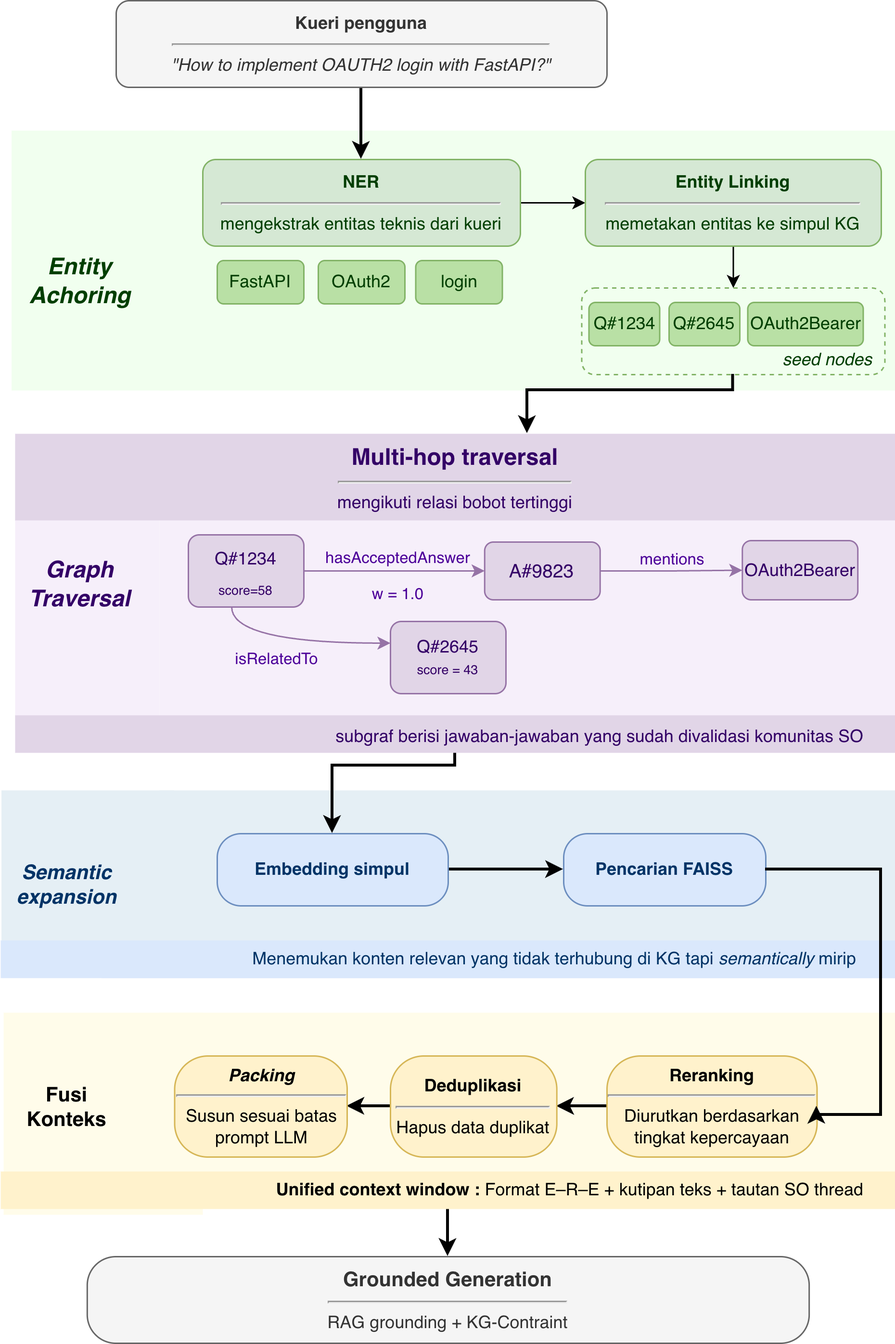
dartikaanie/Thesis_sord keeps this draw.io diagram as images/bab3_hybrid_retrieval.png. Above is the earlier version. Source tidied: cells renumbered, new cells last; positions are measured from the earlier drawing's top-left corner, leaving out a move shared by most shapes.
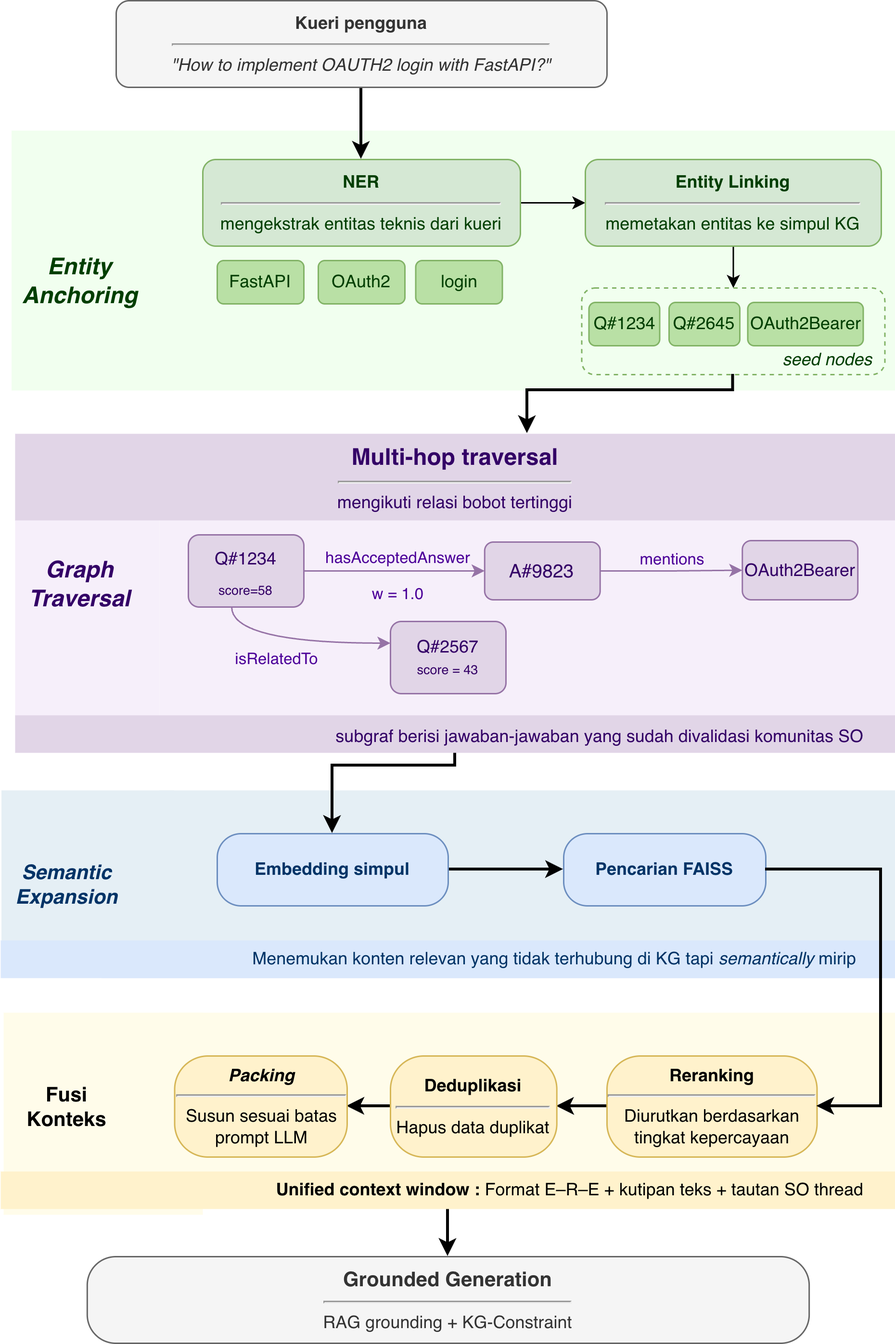
The same file after the commit.

Change to the diagram source:
```diff
@@ -122,7 +122,7 @@
     <mxCell id="35" value="A#9823" style="rounded=1;whiteSpace=wrap;html=1;fillColor=#e1d5e7;strokeColor=#9673a6;fontColor=#330066;autosizeText=1;fontSize=13;" parent="1" vertex="1">
       <mxGeometry x="335.2" y="375" width="80" height="40" as="geometry" />
     </mxCell>
-    <mxCell id="36" value="Q#2645&lt;div&gt;&lt;font style=&quot;font-size: 9px;&quot;&gt;score = 43&lt;/font&gt;&lt;/div&gt;" style="rounded=1;whiteSpace=wrap;html=1;fillColor=#e1d5e7;strokeColor=#9673a6;fontColor=#330066;autosizeText=1;fontSize=12;" parent="1" vertex="1">
+    <mxCell id="36" value="Q#2567&lt;div&gt;&lt;font style=&quot;font-size: 9px;&quot;&gt;score = 43&lt;/font&gt;&lt;/div&gt;" style="rounded=1;whiteSpace=wrap;html=1;fillColor=#e1d5e7;strokeColor=#9673a6;fontColor=#330066;autosizeText=1;fontSize=12;" parent="1" vertex="1">
       <mxGeometry x="270" y="430" width="80" height="50" as="geometry" />
     </mxCell>
     <mxCell id="37" style="edgeStyle=orthogonalEdgeStyle;rounded=0;jettySize=auto;html=1;strokeWidth=2;" parent="1" edge="1" source="38" target="43">
@@ -136,10 +136,10 @@
     <mxCell id="38" value="&lt;span&gt;&lt;font style=&quot;font-size: 12px;&quot;&gt;subgraf berisi jawaban-jawaban yang sudah divalidasi komunitas SO&lt;/font&gt;&lt;/span&gt;" style="rounded=1;whiteSpace=wrap;html=1;fillColor=#e1d5e7;strokeColor=none;arcSize=0;fontColor=#330066;fontFamily=Helvetica;autosizeText=1;fontSize=15;align=right;spacingRight=20;" parent="1" vertex="1">
       <mxGeometry x="10" y="495" width="610" height="26" as="geometry" />
     </mxCell>
-    <mxCell id="39" value="&lt;b&gt;Entity Achoring&lt;/b&gt;" style="text;html=1;whiteSpace=wrap;strokeColor=none;fillColor=none;align=center;verticalAlign=middle;rounded=0;fontSize=16;fontStyle=2;fontColor=#003E00;" parent="1" vertex="1">
+    <mxCell id="39" value="&lt;b&gt;Entity Anchoring&lt;/b&gt;" style="text;html=1;whiteSpace=wrap;strokeColor=none;fillColor=none;align=center;verticalAlign=middle;rounded=0;fontSize=16;fontStyle=2;fontColor=#003E00;" parent="1" vertex="1">
       <mxGeometry x="25" y="180" width="60" height="30" as="geometry" />
     </mxCell>
-    <mxCell id="40" value="&lt;b&gt;Semantic expansion&lt;/b&gt;" style="text;html=1;whiteSpace=wrap;strokeColor=none;fillColor=none;align=center;verticalAlign=middle;rounded=0;fontColor=#003366;fontSize=14;fontStyle=2;" parent="1" vertex="1">
+    <mxCell id="40" value="&lt;b&gt;Semantic Expansion&lt;/b&gt;" style="text;html=1;whiteSpace=wrap;strokeColor=none;fillColor=none;align=center;verticalAlign=middle;rounded=0;fontColor=#003366;fontSize=14;fontStyle=2;" parent="1" vertex="1">
       <mxGeometry x="16" y="597" width="60" height="30" as="geometry" />
     </mxCell>
     <mxCell id="41" value="&lt;b&gt;Graph Traversal&lt;/b&gt;" style="text;html=1;whiteSpace=wrap;strokeColor=none;fillColor=none;align=center;verticalAlign=middle;rounded=0;fontSize=16;fontStyle=2;fontColor=#330066;" parent="1" vertex="1">
@@ -178,7 +178,7 @@
     <mxCell id="52" value="&lt;b&gt;Unified context window :&amp;nbsp;&lt;/b&gt;Format E–R–E + kutipan teks + tautan SO thread" style="rounded=1;whiteSpace=wrap;html=1;fillColor=#fff2cc;strokeColor=none;arcSize=0;fontFamily=Helvetica;align=right;spacingRight=20;" parent="1" vertex="1">
       <mxGeometry y="811" width="620" height="26" as="geometry" />
     </mxCell>
-    <mxCell id="53" value="&lt;span style=&quot;font-size: 14px; text-align: start; white-space: nowrap;&quot;&gt;&lt;b&gt;Grounded Generation&lt;/b&gt;&lt;/span&gt;&lt;hr&gt;RAG grounding + KG-Contraint" style="rounded=1;whiteSpace=wrap;html=1;fillColor=#f5f5f5;strokeColor=#666666;arcSize=33;fontFamily=Helvetica;fontColor=#333333;" parent="1" vertex="1">
+    <mxCell id="53" value="&lt;span style=&quot;font-size: 14px; text-align: start; white-space: nowrap;&quot;&gt;&lt;b&gt;Grounded Generation&lt;/b&gt;&lt;/span&gt;&lt;hr&gt;RAG grounding + KG-Constraint" style="rounded=1;whiteSpace=wrap;html=1;fillColor=#f5f5f5;strokeColor=#666666;arcSize=33;fontFamily=Helvetica;fontColor=#333333;" parent="1" vertex="1">
       <mxGeometry x="59.9" y="870" width="500.1" height="60" as="geometry" />
     </mxCell>
     <mxCell id="54" value="&lt;p&gt;&lt;br&gt;&lt;/p&gt;" style="rounded=1;whiteSpace=wrap;html=1;fillColor=#dae8fc;strokeColor=none;arcSize=0;fontColor=#003366;align=right;" parent="1" vertex="1">
@@ -191,7 +191,7 @@
       <mxGeometry relative="1" as="geometry">
         <Array as="points">
           <mxPoint x="610" y="602" />
-          <mxPoint x="610" y="772" />
+          <mxPoint x="610" y="766" />
         </Array>
       </mxGeometry>
     </mxCell>
```
